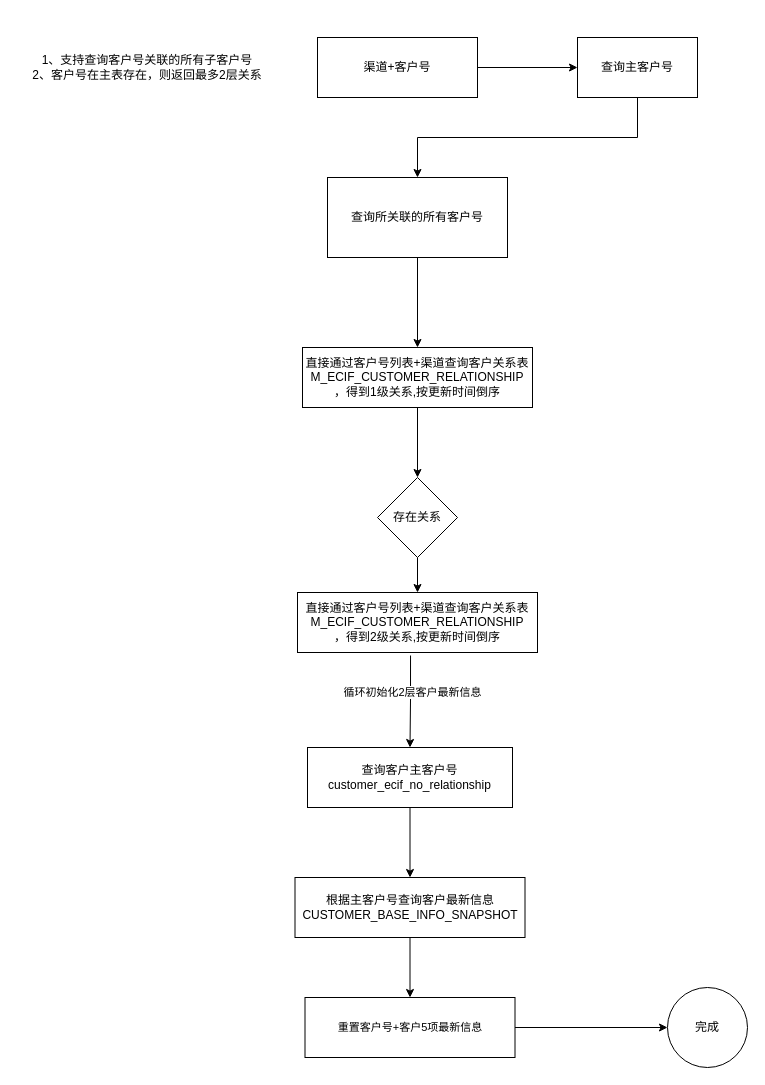
rainerpiao/cloud-computing keeps this draw.io diagram as page "客户号查询" (1 of 2) of 客户关系查询.drawio. Above is the earlier version. Source tidied: cells renumbered, new cells numbered last; positions are measured from the earlier drawing's top-left corner, leaving out a move shared by most shapes. Both pictures are drawn from the tidied source at 100%, with x=0, y=0 at pixel (17, 17).
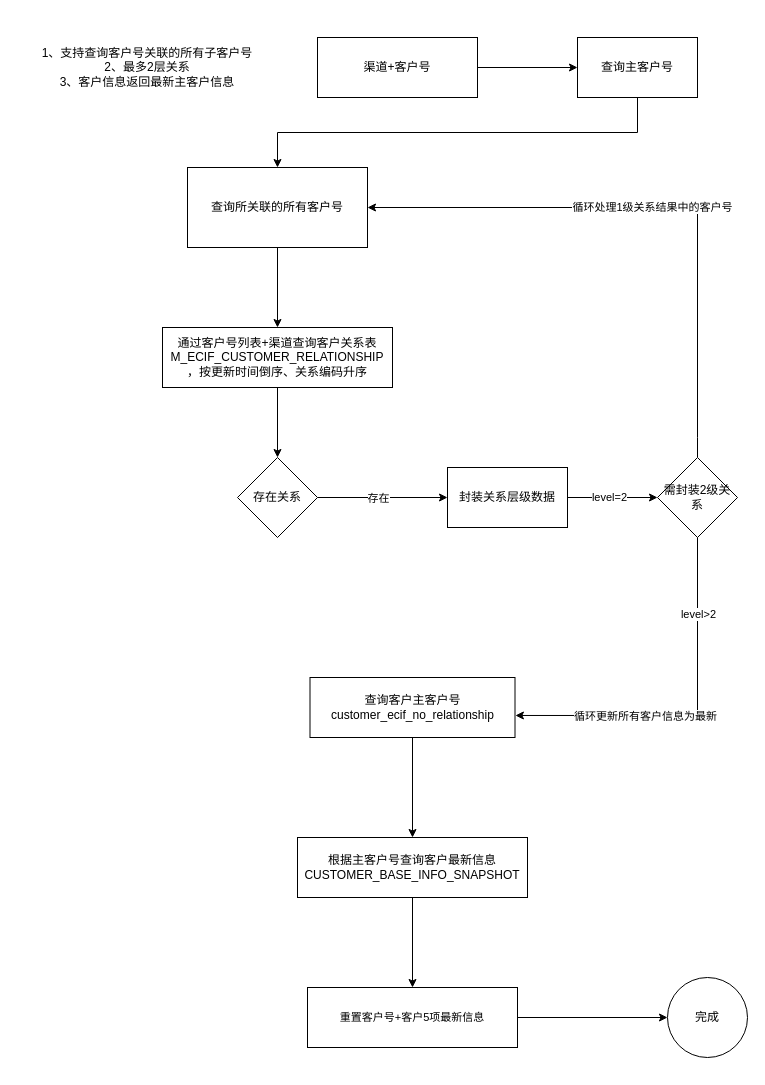
The same diagram, later.

Diff of the diagram source:
```diff
@@
     <mxCell id="6" value="查询所关联的所有客户号" style="whiteSpace=wrap;html=1;rounded=0;" parent="1" vertex="1">
-      <mxGeometry x="310" y="160" width="180" height="80" as="geometry" />
+      <mxGeometry x="170" y="150" width="180" height="80" as="geometry" />
     </mxCell>
@@
-    <mxCell id="8" value="直接通过客户号列表+渠道查询客户关系表&lt;div&gt;M_ECIF_CUSTOMER_RELATIONSHIP&lt;br&gt;&lt;div&gt;，得到1级关系,按更新时间倒序&lt;/div&gt;&lt;/div&gt;" style="whiteSpace=wrap;html=1;rounded=0;" parent="1" vertex="1">
-      <mxGeometry x="285" y="330" width="230" height="60" as="geometry" />
+    <mxCell id="8" value="通过客户号列表+渠道查询客户关系表&lt;div&gt;M_ECIF_CUSTOMER_RELATIONSHIP&lt;br&gt;&lt;div&gt;，按更新时间倒序、关系编码升序&lt;/div&gt;&lt;/div&gt;" style="whiteSpace=wrap;html=1;rounded=0;" parent="1" vertex="1">
+      <mxGeometry x="145" y="310" width="230" height="60" as="geometry" />
     </mxCell>
@@
     <mxCell id="10" value="查询客户主客户号&lt;div&gt;customer_ecif_no_relationship&lt;br&gt;&lt;/div&gt;" style="whiteSpace=wrap;html=1;rounded=0;" parent="1" vertex="1">
-      <mxGeometry x="290" y="730" width="205" height="60" as="geometry" />
+      <mxGeometry x="292.5" y="660" width="205" height="60" as="geometry" />
     </mxCell>
@@
     <mxCell id="12" value="根据主客户号查询客户最新信息&lt;div&gt;CUSTOMER_BASE_INFO_SNAPSHOT&lt;br&gt;&lt;/div&gt;" style="whiteSpace=wrap;html=1;rounded=0;" parent="1" vertex="1">
-      <mxGeometry x="277.5" y="860" width="230" height="60" as="geometry" />
+      <mxGeometry x="280" y="820" width="230" height="60" as="geometry" />
     </mxCell>
@@
     <mxCell id="14" value="&lt;span style=&quot;font-size: 11px; text-wrap: nowrap; background-color: rgb(255, 255, 255);&quot;&gt;重置客户号+客户5项最新信息&lt;/span&gt;" style="whiteSpace=wrap;html=1;rounded=0;" parent="1" vertex="1">
-      <mxGeometry x="287.5" y="980" width="210" height="60" as="geometry" />
+      <mxGeometry x="290" y="970" width="210" height="60" as="geometry" />
     </mxCell>
     <mxCell id="15" value="完成" style="ellipse;whiteSpace=wrap;html=1;rounded=0;" parent="1" vertex="1">
-      <mxGeometry x="650" y="970" width="80" height="80" as="geometry" />
+      <mxGeometry x="650" y="960" width="80" height="80" as="geometry" />
     </mxCell>
-    <mxCell id="16" value="1、支持查询客户号关联的所有子客户号&lt;div&gt;2、客户号在主表存在，则返回最多2层关系&lt;/div&gt;" style="text;html=1;align=center;verticalAlign=middle;whiteSpace=wrap;rounded=0;" parent="1" vertex="1">
+    <mxCell id="16" value="1、支持查询客户号关联的所有子客户号&lt;div&gt;2、最多2层关系&lt;/div&gt;&lt;div&gt;3、客户信息返回最新主客户信息&lt;/div&gt;" style="text;html=1;align=center;verticalAlign=middle;whiteSpace=wrap;rounded=0;" parent="1" vertex="1">
       <mxGeometry width="260" height="100" as="geometry" />
     </mxCell>
-    <mxCell id="17" style="edgeStyle=orthogonalEdgeStyle;rounded=0;jettySize=auto;html=1;exitX=0.471;exitY=1.05;exitDx=0;exitDy=0;entryX=0.5;entryY=0;entryDx=0;entryDy=0;exitPerimeter=0;" parent="1" edge="1" source="22" target="10">
-      <mxGeometry relative="1" as="geometry" />
-    </mxCell>
-    <mxCell id="18" value="循环初始化2层客户最新信息" style="edgeLabel;html=1;align=center;verticalAlign=middle;" parent="17" vertex="1">
-      <mxGeometry x="-0.23" y="1" relative="1" as="geometry" />
-    </mxCell>
@@
-    <mxCell id="20" style="edgeStyle=orthogonalEdgeStyle;rounded=0;jettySize=auto;html=1;" parent="1" edge="1" source="21" target="22">
-      <mxGeometry relative="1" as="geometry" />
-    </mxCell>
+    <mxCell id="23" style="edgeStyle=orthogonalEdgeStyle;rounded=0;jettySize=auto;html=1;" parent="1" edge="1" source="21" target="29">
+      <mxGeometry relative="1" as="geometry" />
+    </mxCell>
+    <mxCell id="24" value="存在" style="edgeLabel;html=1;align=center;verticalAlign=middle;" parent="23" vertex="1">
+      <mxGeometry x="-0.08" relative="1" as="geometry" />
+    </mxCell>
     <mxCell id="21" value="存在关系" style="rhombus;whiteSpace=wrap;html=1;rounded=0;" parent="1" vertex="1">
-      <mxGeometry x="360" y="460" width="80" height="80" as="geometry" />
+      <mxGeometry x="220" y="440" width="80" height="80" as="geometry" />
     </mxCell>
-    <mxCell id="22" value="直接通过客户号列表+渠道查询客户关系表&lt;div&gt;M_ECIF_CUSTOMER_RELATIONSHIP&lt;br&gt;&lt;div&gt;，得到2级关系,按更新时间倒序&lt;/div&gt;&lt;/div&gt;" style="whiteSpace=wrap;html=1;rounded=0;" parent="1" vertex="1">
-      <mxGeometry x="280" y="575" width="240" height="60" as="geometry" />
-    </mxCell>
+    <mxCell id="25" style="edgeStyle=orthogonalEdgeStyle;rounded=0;jettySize=auto;html=1;exitX=0.5;exitY=0;exitDx=0;exitDy=0;entryX=1;entryY=0.5;entryDx=0;entryDy=0;" parent="1" edge="1" source="30" target="6">
+      <mxGeometry relative="1" as="geometry">
+        <Array as="points">
+          <mxPoint x="680" y="420" />
+          <mxPoint x="680" y="200" />
+        </Array>
+      </mxGeometry>
+    </mxCell>
+    <mxCell id="26" value="循环处理1级关系结果中的客户号" style="edgeLabel;html=1;align=center;verticalAlign=middle;" parent="25" vertex="1">
+      <mxGeometry x="0.02" y="-1" relative="1" as="geometry" />
+    </mxCell>
+    <mxCell id="27" style="edgeStyle=orthogonalEdgeStyle;rounded=0;jettySize=auto;html=1;" parent="1" edge="1" source="29" target="30">
+      <mxGeometry relative="1" as="geometry" />
+    </mxCell>
+    <mxCell id="28" value="level=2" style="edgeLabel;html=1;align=center;verticalAlign=middle;" parent="27" vertex="1">
+      <mxGeometry x="-0.08" y="1" relative="1" as="geometry" />
+    </mxCell>
+    <mxCell id="29" value="封装关系层级数据" style="whiteSpace=wrap;html=1;rounded=0;" parent="1" vertex="1">
+      <mxGeometry x="430" y="450" width="120" height="60" as="geometry" />
+    </mxCell>
+    <mxCell id="30" value="需封装2级关系" style="rhombus;whiteSpace=wrap;html=1;rounded=0;" parent="1" vertex="1">
+      <mxGeometry x="640" y="440" width="80" height="80" as="geometry" />
+    </mxCell>
+    <mxCell id="31" style="edgeStyle=orthogonalEdgeStyle;rounded=0;jettySize=auto;html=1;exitX=0.5;exitY=1;exitDx=0;exitDy=0;entryX=1.002;entryY=0.633;entryDx=0;entryDy=0;entryPerimeter=0;" parent="1" edge="1" source="30" target="10">
+      <mxGeometry relative="1" as="geometry" />
+    </mxCell>
+    <mxCell id="32" value="循环更新所有客户信息为最新" style="edgeLabel;html=1;align=center;verticalAlign=middle;" parent="31" vertex="1">
+      <mxGeometry x="0.28" y="1" relative="1" as="geometry" />
+    </mxCell>
+    <mxCell id="33" value="level&amp;gt;2" style="edgeLabel;html=1;align=center;verticalAlign=middle;" parent="31" vertex="1">
+      <mxGeometry x="-0.58" relative="1" as="geometry" />
+    </mxCell>
```
